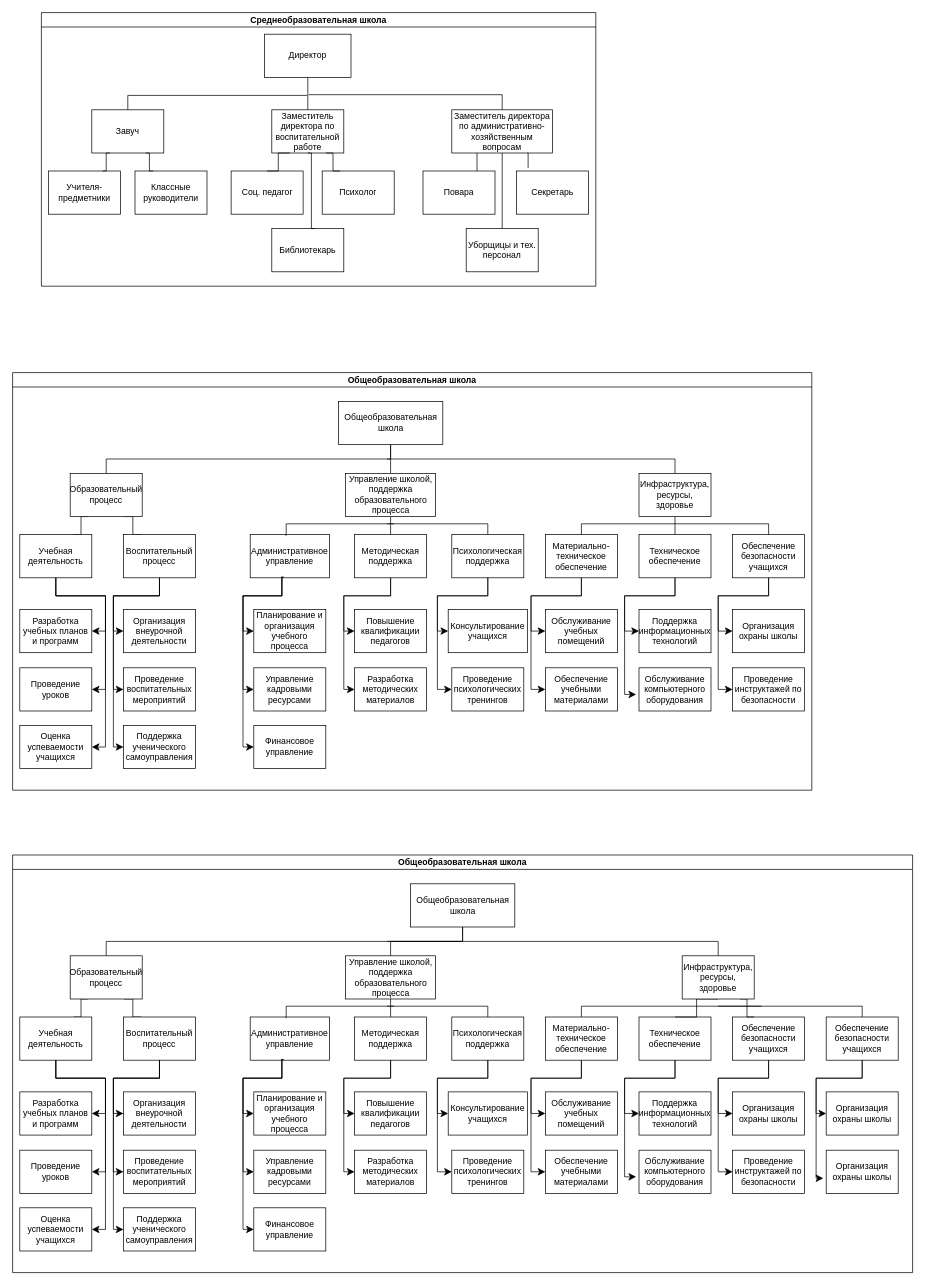
The draw.io diagram page "ARIS 2.0" (2 of 2) of ARIS.drawio in leskkkkkkk/myjob, before the edit. Source tidied: cells renumbered, new cells numbered last; positions are measured from the earlier drawing's top-left corner, leaving out a move shared by most shapes. Both pictures are drawn from the tidied source at 72%, with x=0, y=0 at pixel (12, 12).
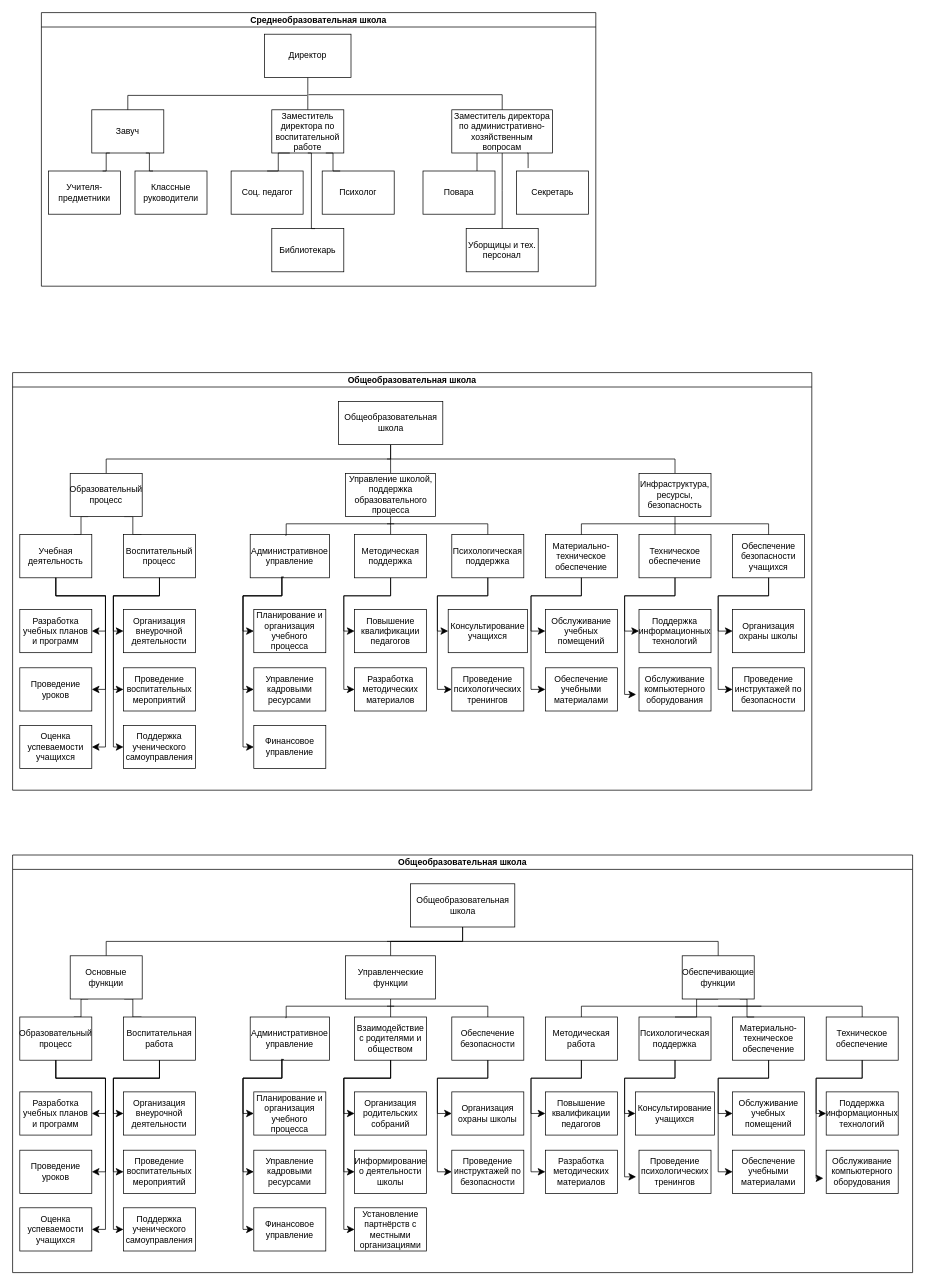
The same diagram, later.

Unchanged cells that the change refers to:
```xml
<mxCell id="27" value="Общеобразовательная школа" style="swimlane;startSize=20;horizontal=1;containerType=tree;newEdgeStyle={&quot;edgeStyle&quot;:&quot;elbowEdgeStyle&quot;,&quot;startArrow&quot;:&quot;none&quot;,&quot;endArrow&quot;:&quot;none&quot;};" parent="1" vertex="1">
  <mxGeometry y="500" width="1110" height="580" as="geometry" />
</mxCell>
<mxCell id="89" value="Общеобразовательная школа" style="swimlane;startSize=20;horizontal=1;containerType=tree;newEdgeStyle={&quot;edgeStyle&quot;:&quot;elbowEdgeStyle&quot;,&quot;startArrow&quot;:&quot;none&quot;,&quot;endArrow&quot;:&quot;none&quot;};" parent="1" vertex="1">
  <mxGeometry y="1170" width="1250" height="580" as="geometry" />
</mxCell>
```

What changed in the source:
```diff
@@
-    <mxCell id="45" value="Инфраструктура, ресурсы, здоровье" style="whiteSpace=wrap;html=1;align=center;verticalAlign=middle;newEdgeStyle={&quot;edgeStyle&quot;:&quot;elbowEdgeStyle&quot;,&quot;startArrow&quot;:&quot;none&quot;,&quot;endArrow&quot;:&quot;none&quot;};" parent="27" vertex="1">
+    <mxCell id="45" value="Инфраструктура, ресурсы, безопасность" style="whiteSpace=wrap;html=1;align=center;verticalAlign=middle;newEdgeStyle={&quot;edgeStyle&quot;:&quot;elbowEdgeStyle&quot;,&quot;startArrow&quot;:&quot;none&quot;,&quot;endArrow&quot;:&quot;none&quot;};" parent="27" vertex="1">
       <mxGeometry x="870" y="140" width="100" height="60" as="geometry" />
     </mxCell>
@@
+    <mxCell id="157" style="edgeStyle=elbowEdgeStyle;rounded=0;orthogonalLoop=1;jettySize=auto;html=1;startArrow=none;endArrow=none;exitX=1;exitY=0.5;exitDx=0;exitDy=0;" parent="27" edge="1" source="45" target="45">
+      <mxGeometry relative="1" as="geometry" />
+    </mxCell>
@@
-    <mxCell id="96" value="Образовательный процесс" style="whiteSpace=wrap;html=1;align=center;verticalAlign=middle;newEdgeStyle={&quot;edgeStyle&quot;:&quot;elbowEdgeStyle&quot;,&quot;startArrow&quot;:&quot;none&quot;,&quot;endArrow&quot;:&quot;none&quot;};" parent="89" vertex="1">
+    <mxCell id="96" value="Основные функции" style="whiteSpace=wrap;html=1;align=center;verticalAlign=middle;newEdgeStyle={&quot;edgeStyle&quot;:&quot;elbowEdgeStyle&quot;,&quot;startArrow&quot;:&quot;none&quot;,&quot;endArrow&quot;:&quot;none&quot;};" parent="89" vertex="1">
       <mxGeometry x="80" y="140" width="100" height="60" as="geometry" />
     </mxCell>
@@
-    <mxCell id="99" value="Управление школой, поддержка образовательного процесса" style="whiteSpace=wrap;html=1;align=center;verticalAlign=middle;newEdgeStyle={&quot;edgeStyle&quot;:&quot;elbowEdgeStyle&quot;,&quot;startArrow&quot;:&quot;none&quot;,&quot;endArrow&quot;:&quot;none&quot;};" parent="89" vertex="1">
+    <mxCell id="99" value="Управленческие функции" style="whiteSpace=wrap;html=1;align=center;verticalAlign=middle;newEdgeStyle={&quot;edgeStyle&quot;:&quot;elbowEdgeStyle&quot;,&quot;startArrow&quot;:&quot;none&quot;,&quot;endArrow&quot;:&quot;none&quot;};" parent="89" vertex="1">
       <mxGeometry x="462.5" y="140" width="125" height="60" as="geometry" />
     </mxCell>
-    <mxCell id="100" value="Учебная деятельность" style="whiteSpace=wrap;html=1;align=center;verticalAlign=middle;newEdgeStyle={&quot;edgeStyle&quot;:&quot;elbowEdgeStyle&quot;,&quot;startArrow&quot;:&quot;none&quot;,&quot;endArrow&quot;:&quot;none&quot;};" parent="89" vertex="1">
+    <mxCell id="100" value="Образовательный процесс" style="whiteSpace=wrap;html=1;align=center;verticalAlign=middle;newEdgeStyle={&quot;edgeStyle&quot;:&quot;elbowEdgeStyle&quot;,&quot;startArrow&quot;:&quot;none&quot;,&quot;endArrow&quot;:&quot;none&quot;};" parent="89" vertex="1">
       <mxGeometry x="10" y="225" width="100" height="60" as="geometry" />
     </mxCell>
-    <mxCell id="101" value="Воспитательный процесс" style="whiteSpace=wrap;html=1;align=center;verticalAlign=middle;newEdgeStyle={&quot;edgeStyle&quot;:&quot;elbowEdgeStyle&quot;,&quot;startArrow&quot;:&quot;none&quot;,&quot;endArrow&quot;:&quot;none&quot;};" parent="89" vertex="1">
+    <mxCell id="101" value="Воспитательная работа" style="whiteSpace=wrap;html=1;align=center;verticalAlign=middle;newEdgeStyle={&quot;edgeStyle&quot;:&quot;elbowEdgeStyle&quot;,&quot;startArrow&quot;:&quot;none&quot;,&quot;endArrow&quot;:&quot;none&quot;};" parent="89" vertex="1">
       <mxGeometry x="154" y="225" width="100" height="60" as="geometry" />
     </mxCell>
@@
-    <mxCell id="103" value="Обеспечение безопасности учащихся" style="whiteSpace=wrap;html=1;align=center;verticalAlign=middle;newEdgeStyle={&quot;edgeStyle&quot;:&quot;elbowEdgeStyle&quot;,&quot;startArrow&quot;:&quot;none&quot;,&quot;endArrow&quot;:&quot;none&quot;};" parent="89" vertex="1">
+    <mxCell id="103" value="Материально-техническое обеспечение" style="whiteSpace=wrap;html=1;align=center;verticalAlign=middle;newEdgeStyle={&quot;edgeStyle&quot;:&quot;elbowEdgeStyle&quot;,&quot;startArrow&quot;:&quot;none&quot;,&quot;endArrow&quot;:&quot;none&quot;};" parent="89" vertex="1">
       <mxGeometry x="1000" y="225" width="100" height="60" as="geometry" />
     </mxCell>
-    <mxCell id="104" value="Техническое обеспечение" style="whiteSpace=wrap;html=1;align=center;verticalAlign=middle;newEdgeStyle={&quot;edgeStyle&quot;:&quot;elbowEdgeStyle&quot;,&quot;startArrow&quot;:&quot;none&quot;,&quot;endArrow&quot;:&quot;none&quot;};" parent="89" vertex="1">
+    <mxCell id="104" value="Психологическая поддержка" style="whiteSpace=wrap;html=1;align=center;verticalAlign=middle;newEdgeStyle={&quot;edgeStyle&quot;:&quot;elbowEdgeStyle&quot;,&quot;startArrow&quot;:&quot;none&quot;,&quot;endArrow&quot;:&quot;none&quot;};" parent="89" vertex="1">
       <mxGeometry x="870" y="225" width="100" height="60" as="geometry" />
     </mxCell>
@@
-    <mxCell id="108" value="Инфраструктура, ресурсы, здоровье" style="whiteSpace=wrap;html=1;align=center;verticalAlign=middle;newEdgeStyle={&quot;edgeStyle&quot;:&quot;elbowEdgeStyle&quot;,&quot;startArrow&quot;:&quot;none&quot;,&quot;endArrow&quot;:&quot;none&quot;};" parent="89" vertex="1">
+    <mxCell id="108" value="Обеспечивающие функции" style="whiteSpace=wrap;html=1;align=center;verticalAlign=middle;newEdgeStyle={&quot;edgeStyle&quot;:&quot;elbowEdgeStyle&quot;,&quot;startArrow&quot;:&quot;none&quot;,&quot;endArrow&quot;:&quot;none&quot;};" parent="89" vertex="1">
       <mxGeometry x="930" y="140" width="100" height="60" as="geometry" />
     </mxCell>
-    <mxCell id="109" value="Материально-техническое обеспечение" style="whiteSpace=wrap;html=1;align=center;verticalAlign=middle;newEdgeStyle={&quot;edgeStyle&quot;:&quot;elbowEdgeStyle&quot;,&quot;startArrow&quot;:&quot;none&quot;,&quot;endArrow&quot;:&quot;none&quot;};" parent="89" vertex="1">
+    <mxCell id="109" value="Методическая работа" style="whiteSpace=wrap;html=1;align=center;verticalAlign=middle;newEdgeStyle={&quot;edgeStyle&quot;:&quot;elbowEdgeStyle&quot;,&quot;startArrow&quot;:&quot;none&quot;,&quot;endArrow&quot;:&quot;none&quot;};" parent="89" vertex="1">
       <mxGeometry x="740" y="225" width="100" height="60" as="geometry" />
     </mxCell>
-    <mxCell id="110" value="Психологическая поддержка" style="whiteSpace=wrap;html=1;align=center;verticalAlign=middle;newEdgeStyle={&quot;edgeStyle&quot;:&quot;elbowEdgeStyle&quot;,&quot;startArrow&quot;:&quot;none&quot;,&quot;endArrow&quot;:&quot;none&quot;};" parent="89" vertex="1">
+    <mxCell id="110" value="Обеспечение безопасности" style="whiteSpace=wrap;html=1;align=center;verticalAlign=middle;newEdgeStyle={&quot;edgeStyle&quot;:&quot;elbowEdgeStyle&quot;,&quot;startArrow&quot;:&quot;none&quot;,&quot;endArrow&quot;:&quot;none&quot;};" parent="89" vertex="1">
       <mxGeometry x="610" y="225" width="100" height="60" as="geometry" />
     </mxCell>
-    <mxCell id="111" value="Методическая поддержка" style="whiteSpace=wrap;html=1;align=center;verticalAlign=middle;newEdgeStyle={&quot;edgeStyle&quot;:&quot;elbowEdgeStyle&quot;,&quot;startArrow&quot;:&quot;none&quot;,&quot;endArrow&quot;:&quot;none&quot;};" parent="89" vertex="1">
+    <mxCell id="111" value="Взаимодействие с родителями и обществом" style="whiteSpace=wrap;html=1;align=center;verticalAlign=middle;newEdgeStyle={&quot;edgeStyle&quot;:&quot;elbowEdgeStyle&quot;,&quot;startArrow&quot;:&quot;none&quot;,&quot;endArrow&quot;:&quot;none&quot;};" parent="89" vertex="1">
       <mxGeometry x="475" y="225" width="100" height="60" as="geometry" />
     </mxCell>
@@
-    <mxCell id="129" value="Повышение квалификации педагогов" style="whiteSpace=wrap;html=1;align=center;verticalAlign=middle;newEdgeStyle={&quot;edgeStyle&quot;:&quot;elbowEdgeStyle&quot;,&quot;startArrow&quot;:&quot;none&quot;,&quot;endArrow&quot;:&quot;none&quot;};" parent="89" vertex="1">
+    <mxCell id="129" value="Организация родительских собраний" style="whiteSpace=wrap;html=1;align=center;verticalAlign=middle;newEdgeStyle={&quot;edgeStyle&quot;:&quot;elbowEdgeStyle&quot;,&quot;startArrow&quot;:&quot;none&quot;,&quot;endArrow&quot;:&quot;none&quot;};" parent="89" vertex="1">
       <mxGeometry x="475" y="329" width="100" height="60" as="geometry" />
     </mxCell>
-    <mxCell id="130" value="Консультирование учащихся" style="whiteSpace=wrap;html=1;align=center;verticalAlign=middle;newEdgeStyle={&quot;edgeStyle&quot;:&quot;elbowEdgeStyle&quot;,&quot;startArrow&quot;:&quot;none&quot;,&quot;endArrow&quot;:&quot;none&quot;};" parent="89" vertex="1">
-      <mxGeometry x="605" y="329" width="110" height="60" as="geometry" />
+    <mxCell id="130" value="Организация охраны школы" style="whiteSpace=wrap;html=1;align=center;verticalAlign=middle;newEdgeStyle={&quot;edgeStyle&quot;:&quot;elbowEdgeStyle&quot;,&quot;startArrow&quot;:&quot;none&quot;,&quot;endArrow&quot;:&quot;none&quot;};" parent="89" vertex="1">
+      <mxGeometry x="610" y="329" width="100" height="60" as="geometry" />
     </mxCell>
-    <mxCell id="131" value="Разработка методических материалов" style="whiteSpace=wrap;html=1;align=center;verticalAlign=middle;newEdgeStyle={&quot;edgeStyle&quot;:&quot;elbowEdgeStyle&quot;,&quot;startArrow&quot;:&quot;none&quot;,&quot;endArrow&quot;:&quot;none&quot;};" parent="89" vertex="1">
+    <mxCell id="131" value="Информирование о деятельности школы" style="whiteSpace=wrap;html=1;align=center;verticalAlign=middle;newEdgeStyle={&quot;edgeStyle&quot;:&quot;elbowEdgeStyle&quot;,&quot;startArrow&quot;:&quot;none&quot;,&quot;endArrow&quot;:&quot;none&quot;};" parent="89" vertex="1">
       <mxGeometry x="475" y="410" width="100" height="60" as="geometry" />
     </mxCell>
-    <mxCell id="132" value="Проведение психологических тренингов" style="whiteSpace=wrap;html=1;align=center;verticalAlign=middle;newEdgeStyle={&quot;edgeStyle&quot;:&quot;elbowEdgeStyle&quot;,&quot;startArrow&quot;:&quot;none&quot;,&quot;endArrow&quot;:&quot;none&quot;};" parent="89" vertex="1">
+    <mxCell id="132" value="Проведение инструктажей по безопасности" style="whiteSpace=wrap;html=1;align=center;verticalAlign=middle;newEdgeStyle={&quot;edgeStyle&quot;:&quot;elbowEdgeStyle&quot;,&quot;startArrow&quot;:&quot;none&quot;,&quot;endArrow&quot;:&quot;none&quot;};" parent="89" vertex="1">
       <mxGeometry x="610" y="410" width="100" height="60" as="geometry" />
     </mxCell>
@@
-    <mxCell id="140" value="Обслуживание учебных помещений" style="whiteSpace=wrap;html=1;align=center;verticalAlign=middle;newEdgeStyle={&quot;edgeStyle&quot;:&quot;elbowEdgeStyle&quot;,&quot;startArrow&quot;:&quot;none&quot;,&quot;endArrow&quot;:&quot;none&quot;};" parent="89" vertex="1">
+    <mxCell id="140" value="Повышение квалификации педагогов" style="whiteSpace=wrap;html=1;align=center;verticalAlign=middle;newEdgeStyle={&quot;edgeStyle&quot;:&quot;elbowEdgeStyle&quot;,&quot;startArrow&quot;:&quot;none&quot;,&quot;endArrow&quot;:&quot;none&quot;};" parent="89" vertex="1">
       <mxGeometry x="740" y="329" width="100" height="60" as="geometry" />
     </mxCell>
-    <mxCell id="141" value="Обеспечение учебными материалами" style="whiteSpace=wrap;html=1;align=center;verticalAlign=middle;newEdgeStyle={&quot;edgeStyle&quot;:&quot;elbowEdgeStyle&quot;,&quot;startArrow&quot;:&quot;none&quot;,&quot;endArrow&quot;:&quot;none&quot;};" parent="89" vertex="1">
+    <mxCell id="141" value="Разработка методических материалов" style="whiteSpace=wrap;html=1;align=center;verticalAlign=middle;newEdgeStyle={&quot;edgeStyle&quot;:&quot;elbowEdgeStyle&quot;,&quot;startArrow&quot;:&quot;none&quot;,&quot;endArrow&quot;:&quot;none&quot;};" parent="89" vertex="1">
       <mxGeometry x="740" y="410" width="100" height="60" as="geometry" />
     </mxCell>
-    <mxCell id="142" value="Поддержка информационных технологий" style="whiteSpace=wrap;html=1;align=center;verticalAlign=middle;newEdgeStyle={&quot;edgeStyle&quot;:&quot;elbowEdgeStyle&quot;,&quot;startArrow&quot;:&quot;none&quot;,&quot;endArrow&quot;:&quot;none&quot;};" parent="89" vertex="1">
-      <mxGeometry x="870" y="329" width="100" height="60" as="geometry" />
+    <mxCell id="142" value="Консультирование учащихся" style="whiteSpace=wrap;html=1;align=center;verticalAlign=middle;newEdgeStyle={&quot;edgeStyle&quot;:&quot;elbowEdgeStyle&quot;,&quot;startArrow&quot;:&quot;none&quot;,&quot;endArrow&quot;:&quot;none&quot;};" parent="89" vertex="1">
+      <mxGeometry x="865" y="329" width="110" height="60" as="geometry" />
     </mxCell>
-    <mxCell id="143" value="Обслуживание компьютерного оборудования" style="whiteSpace=wrap;html=1;align=center;verticalAlign=middle;newEdgeStyle={&quot;edgeStyle&quot;:&quot;elbowEdgeStyle&quot;,&quot;startArrow&quot;:&quot;none&quot;,&quot;endArrow&quot;:&quot;none&quot;};" parent="89" vertex="1">
+    <mxCell id="143" value="Проведение психологических тренингов" style="whiteSpace=wrap;html=1;align=center;verticalAlign=middle;newEdgeStyle={&quot;edgeStyle&quot;:&quot;elbowEdgeStyle&quot;,&quot;startArrow&quot;:&quot;none&quot;,&quot;endArrow&quot;:&quot;none&quot;};" parent="89" vertex="1">
       <mxGeometry x="870" y="410" width="100" height="60" as="geometry" />
     </mxCell>
-    <mxCell id="144" value="Организация охраны школы" style="whiteSpace=wrap;html=1;align=center;verticalAlign=middle;newEdgeStyle={&quot;edgeStyle&quot;:&quot;elbowEdgeStyle&quot;,&quot;startArrow&quot;:&quot;none&quot;,&quot;endArrow&quot;:&quot;none&quot;};" parent="89" vertex="1">
+    <mxCell id="144" value="Обслуживание учебных помещений" style="whiteSpace=wrap;html=1;align=center;verticalAlign=middle;newEdgeStyle={&quot;edgeStyle&quot;:&quot;elbowEdgeStyle&quot;,&quot;startArrow&quot;:&quot;none&quot;,&quot;endArrow&quot;:&quot;none&quot;};" parent="89" vertex="1">
       <mxGeometry x="1000" y="329" width="100" height="60" as="geometry" />
     </mxCell>
-    <mxCell id="145" value="Проведение инструктажей по безопасности" style="whiteSpace=wrap;html=1;align=center;verticalAlign=middle;newEdgeStyle={&quot;edgeStyle&quot;:&quot;elbowEdgeStyle&quot;,&quot;startArrow&quot;:&quot;none&quot;,&quot;endArrow&quot;:&quot;none&quot;};" parent="89" vertex="1">
+    <mxCell id="145" value="Обеспечение учебными материалами" style="whiteSpace=wrap;html=1;align=center;verticalAlign=middle;newEdgeStyle={&quot;edgeStyle&quot;:&quot;elbowEdgeStyle&quot;,&quot;startArrow&quot;:&quot;none&quot;,&quot;endArrow&quot;:&quot;none&quot;};" parent="89" vertex="1">
       <mxGeometry x="1000" y="410" width="100" height="60" as="geometry" />
     </mxCell>
@@
-    <mxCell id="152" value="Обеспечение безопасности учащихся" style="whiteSpace=wrap;html=1;align=center;verticalAlign=middle;newEdgeStyle={&quot;edgeStyle&quot;:&quot;elbowEdgeStyle&quot;,&quot;startArrow&quot;:&quot;none&quot;,&quot;endArrow&quot;:&quot;none&quot;};" parent="89" vertex="1">
+    <mxCell id="152" value="Техническое обеспечение" style="whiteSpace=wrap;html=1;align=center;verticalAlign=middle;newEdgeStyle={&quot;edgeStyle&quot;:&quot;elbowEdgeStyle&quot;,&quot;startArrow&quot;:&quot;none&quot;,&quot;endArrow&quot;:&quot;none&quot;};" parent="89" vertex="1">
       <mxGeometry x="1130" y="225" width="100" height="60" as="geometry" />
     </mxCell>
-    <mxCell id="153" value="Организация охраны школы" style="whiteSpace=wrap;html=1;align=center;verticalAlign=middle;newEdgeStyle={&quot;edgeStyle&quot;:&quot;elbowEdgeStyle&quot;,&quot;startArrow&quot;:&quot;none&quot;,&quot;endArrow&quot;:&quot;none&quot;};" parent="89" vertex="1">
+    <mxCell id="153" value="Поддержка информационных технологий" style="whiteSpace=wrap;html=1;align=center;verticalAlign=middle;newEdgeStyle={&quot;edgeStyle&quot;:&quot;elbowEdgeStyle&quot;,&quot;startArrow&quot;:&quot;none&quot;,&quot;endArrow&quot;:&quot;none&quot;};" parent="89" vertex="1">
       <mxGeometry x="1130" y="329" width="100" height="60" as="geometry" />
     </mxCell>
-    <mxCell id="154" value="Организация охраны школы" style="whiteSpace=wrap;html=1;align=center;verticalAlign=middle;newEdgeStyle={&quot;edgeStyle&quot;:&quot;elbowEdgeStyle&quot;,&quot;startArrow&quot;:&quot;none&quot;,&quot;endArrow&quot;:&quot;none&quot;};" parent="89" vertex="1">
+    <mxCell id="154" value="Обслуживание компьютерного оборудования" style="whiteSpace=wrap;html=1;align=center;verticalAlign=middle;newEdgeStyle={&quot;edgeStyle&quot;:&quot;elbowEdgeStyle&quot;,&quot;startArrow&quot;:&quot;none&quot;,&quot;endArrow&quot;:&quot;none&quot;};" parent="89" vertex="1">
       <mxGeometry x="1130" y="410" width="100" height="60" as="geometry" />
     </mxCell>
@@
+    <mxCell id="158" value="Установление партнёрств с местными организациями" style="whiteSpace=wrap;html=1;align=center;verticalAlign=middle;newEdgeStyle={&quot;edgeStyle&quot;:&quot;elbowEdgeStyle&quot;,&quot;startArrow&quot;:&quot;none&quot;,&quot;endArrow&quot;:&quot;none&quot;};" parent="89" vertex="1">
+      <mxGeometry x="475" y="490" width="100" height="60" as="geometry" />
+    </mxCell>
+    <mxCell id="159" style="edgeStyle=segmentEdgeStyle;endArrow=classic;html=1;curved=0;rounded=0;endSize=8;startSize=8;exitX=0.5;exitY=1;exitDx=0;exitDy=0;entryX=0;entryY=0.5;entryDx=0;entryDy=0;" parent="89" edge="1" source="111" target="158">
+      <mxGeometry relative="1" as="geometry">
+        <Array as="points">
+          <mxPoint x="525" y="310" />
+          <mxPoint x="460" y="310" />
+          <mxPoint x="460" y="520" />
+        </Array>
+      </mxGeometry>
+    </mxCell>
```
